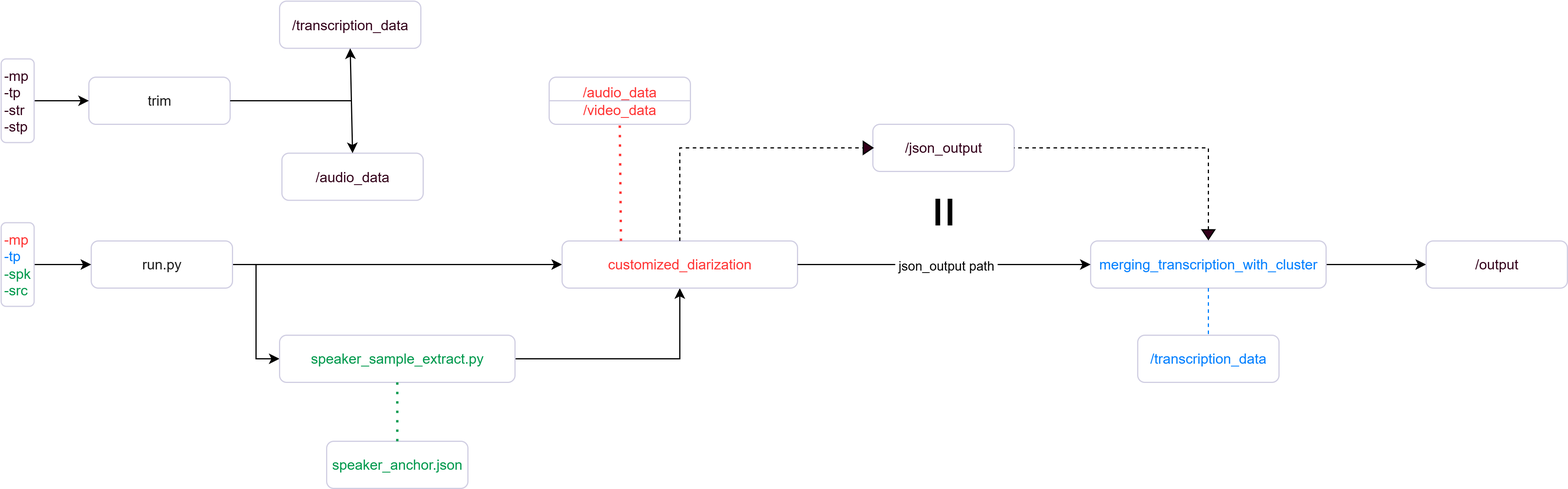
Earlier version of the draw.io export workflow.png (hsieh2000/Speaker_Diarizartion). Source tidied: cells renumbered, new cells last; positions are measured from the earlier drawing's top-left corner, leaving out a move shared by most shapes.
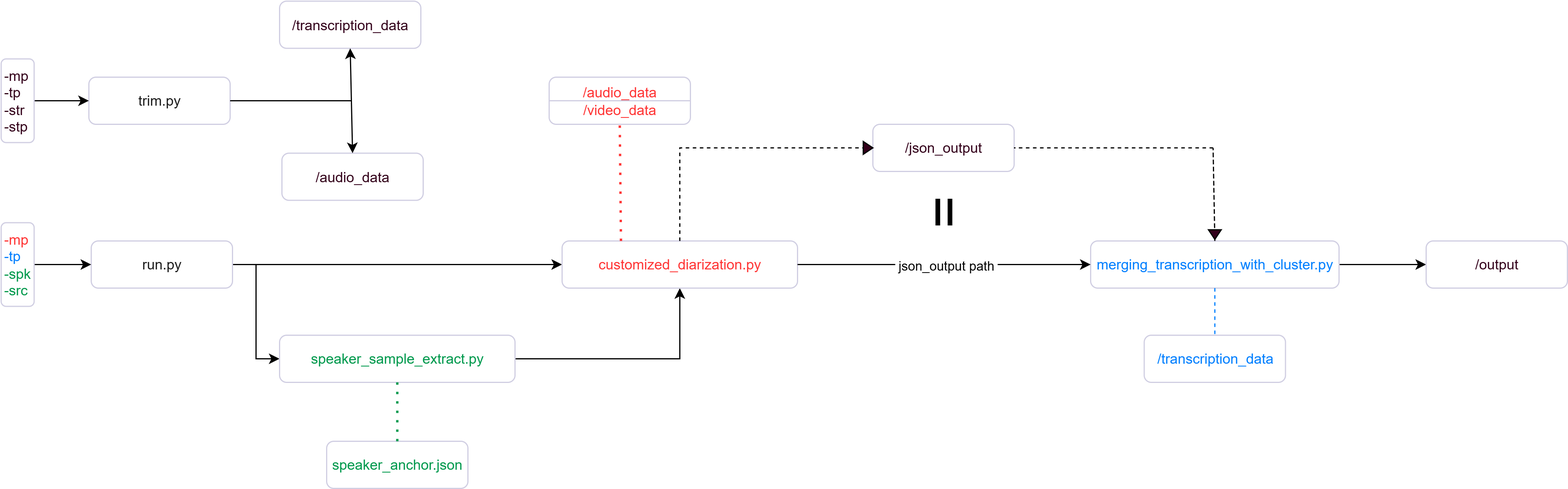
The same diagram one commit later.

What changed in the source:
```diff
@@ -17,16 +17,16 @@
     <mxCell id="6" value="&lt;font style=&quot;color: rgb(0, 153, 77);&quot;&gt;speaker_sample_extract.py&lt;/font&gt;" style="rounded=1;whiteSpace=wrap;html=1;fillColor=none;strokeColor=#D0CEE2;labelBackgroundColor=none;fontColor=#1A1A1A;" parent="1" vertex="1">
       <mxGeometry x="236" y="284" width="200" height="40" as="geometry" />
     </mxCell>
-    <mxCell id="7" value="&lt;font style=&quot;color: rgb(255, 51, 51);&quot;&gt;customized_diarization&lt;/font&gt;" style="rounded=1;whiteSpace=wrap;html=1;fillColor=none;strokeColor=#D0CEE2;labelBackgroundColor=none;fontColor=#1A1A1A;" parent="1" vertex="1">
+    <mxCell id="7" value="&lt;font style=&quot;color: rgb(255, 51, 51);&quot;&gt;customized_diarization.py&lt;/font&gt;" style="rounded=1;whiteSpace=wrap;html=1;fillColor=none;strokeColor=#D0CEE2;labelBackgroundColor=none;fontColor=#1A1A1A;" parent="1" vertex="1">
       <mxGeometry x="476" y="204" width="200" height="40" as="geometry" />
     </mxCell>
     <mxCell id="8" style="edgeStyle=orthogonalEdgeStyle;rounded=0;jettySize=auto;html=1;" parent="1" edge="1" source="9" target="15">
       <mxGeometry relative="1" as="geometry" />
     </mxCell>
-    <mxCell id="9" value="&lt;font style=&quot;color: rgb(0, 127, 255);&quot;&gt;merging_transcription_with_cluster&lt;/font&gt;" style="rounded=1;whiteSpace=wrap;html=1;fillColor=none;strokeColor=#D0CEE2;labelBackgroundColor=none;fontColor=#1A1A1A;" parent="1" vertex="1">
-      <mxGeometry x="925" y="204" width="200" height="40" as="geometry" />
+    <mxCell id="9" value="&lt;font style=&quot;color: rgb(0, 127, 255);&quot;&gt;merging_transcription_with_cluster.py&lt;/font&gt;" style="rounded=1;whiteSpace=wrap;html=1;fillColor=none;strokeColor=#D0CEE2;labelBackgroundColor=none;fontColor=#1A1A1A;" parent="1" vertex="1">
+      <mxGeometry x="925" y="204" width="211" height="40" as="geometry" />
     </mxCell>
-    <mxCell id="10" value="trim" style="rounded=1;whiteSpace=wrap;html=1;fillColor=none;strokeColor=#D0CEE2;labelBackgroundColor=none;fontColor=#1A1A1A;" parent="1" vertex="1">
+    <mxCell id="10" value="trim.py" style="rounded=1;whiteSpace=wrap;html=1;fillColor=none;strokeColor=#D0CEE2;labelBackgroundColor=none;fontColor=#1A1A1A;" parent="1" vertex="1">
       <mxGeometry x="74" y="65" width="120" height="40" as="geometry" />
     </mxCell>
     <mxCell id="11" value="&lt;font style=&quot;color: rgb(0, 153, 77);&quot;&gt;speaker_anchor.json&lt;/font&gt;" style="rounded=1;whiteSpace=wrap;html=1;fillColor=none;strokeColor=#D0CEE2;labelBackgroundColor=none;fontColor=#1A1A1A;" parent="1" vertex="1">
@@ -54,11 +54,9 @@
         </Array>
       </mxGeometry>
     </mxCell>
-    <mxCell id="18" style="endArrow=none;dashed=1;html=1;rounded=0;entryX=1;entryY=0.5;entryDx=0;entryDy=0;exitX=0;exitY=0.5;exitDx=0;exitDy=0;" parent="1" edge="1" source="21" target="16">
+    <mxCell id="18" style="endArrow=none;dashed=1;html=1;rounded=0;entryX=1;entryY=0.5;entryDx=0;entryDy=0;" parent="1" edge="1" target="16">
       <mxGeometry relative="1" as="geometry">
-        <Array as="points">
-          <mxPoint x="1025" y="125" />
-        </Array>
+        <mxPoint x="1029" y="125" as="sourcePoint" />
       </mxGeometry>
     </mxCell>
     <mxCell id="19" style="endArrow=classic;html=1;rounded=0;exitX=1;exitY=0.5;exitDx=0;exitDy=0;entryX=0;entryY=0.5;entryDx=0;entryDy=0;" parent="1" edge="1" source="7" target="9">
@@ -67,9 +65,6 @@
     <mxCell id="20" value="&amp;nbsp;json_output path&amp;nbsp;" style="edgeLabel;html=1;align=center;verticalAlign=middle;" parent="19" vertex="1">
       <mxGeometry relative="1" as="geometry" />
     </mxCell>
-    <mxCell id="21" style="triangle;whiteSpace=wrap;html=1;fillColor=#33001A;rotation=90;" parent="1" vertex="1">
-      <mxGeometry x="1020.9" y="193.1" width="8.2" height="10.9" as="geometry" />
-    </mxCell>
     <mxCell id="22" style="triangle;whiteSpace=wrap;html=1;fillColor=#33001A;rotation=0;" parent="1" vertex="1">
       <mxGeometry x="731.8" y="119.6" width="8.2" height="10.9" as="geometry" />
     </mxCell>
@@ -97,7 +92,7 @@
       </mxGeometry>
     </mxCell>
     <mxCell id="30" value="&lt;font style=&quot;color: rgb(0, 127, 255);&quot;&gt;/transcription_data&lt;/font&gt;" style="rounded=1;whiteSpace=wrap;html=1;fillColor=none;strokeColor=#D0CEE2;labelBackgroundColor=none;fontColor=#1A1A1A;" parent="1" vertex="1">
-      <mxGeometry x="965" y="284" width="120" height="40" as="geometry" />
+      <mxGeometry x="970.5" y="284" width="120" height="40" as="geometry" />
     </mxCell>
     <mxCell id="31" style="endArrow=none;dashed=1;html=1;rounded=0;entryX=0.5;entryY=0;entryDx=0;entryDy=0;exitX=0.5;exitY=1;exitDx=0;exitDy=0;fillColor=#007FFF;strokeColor=#007FFF;" parent="1" edge="1" source="9" target="30">
       <mxGeometry relative="1" as="geometry" />
@@ -111,5 +106,15 @@
     <mxCell id="34" style="endArrow=none;html=1;rounded=0;entryX=1;entryY=0.5;entryDx=0;entryDy=0;exitX=0;exitY=0.5;exitDx=0;exitDy=0;strokeColor=#D0CEE2;" parent="1" edge="1" source="33" target="33">
       <mxGeometry relative="1" as="geometry" />
     </mxCell>
+    <mxCell id="35" style="endArrow=none;dashed=1;html=1;rounded=0;entryX=1;entryY=0.5;entryDx=0;entryDy=0;exitX=0.5;exitY=0;exitDx=0;exitDy=0;" parent="1" edge="1" source="9" target="21">
+      <mxGeometry relative="1" as="geometry">
+        <Array as="points">
+          <mxPoint x="1029" y="125" />
+        </Array>
+      </mxGeometry>
+    </mxCell>
+    <mxCell id="21" style="triangle;whiteSpace=wrap;html=1;fillColor=#33001A;rotation=90;" parent="1" vertex="1">
+      <mxGeometry x="1026.4" y="193.1" width="8.2" height="10.9" as="geometry" />
+    </mxCell>
   </root>
 </mxGraphModel>
```
